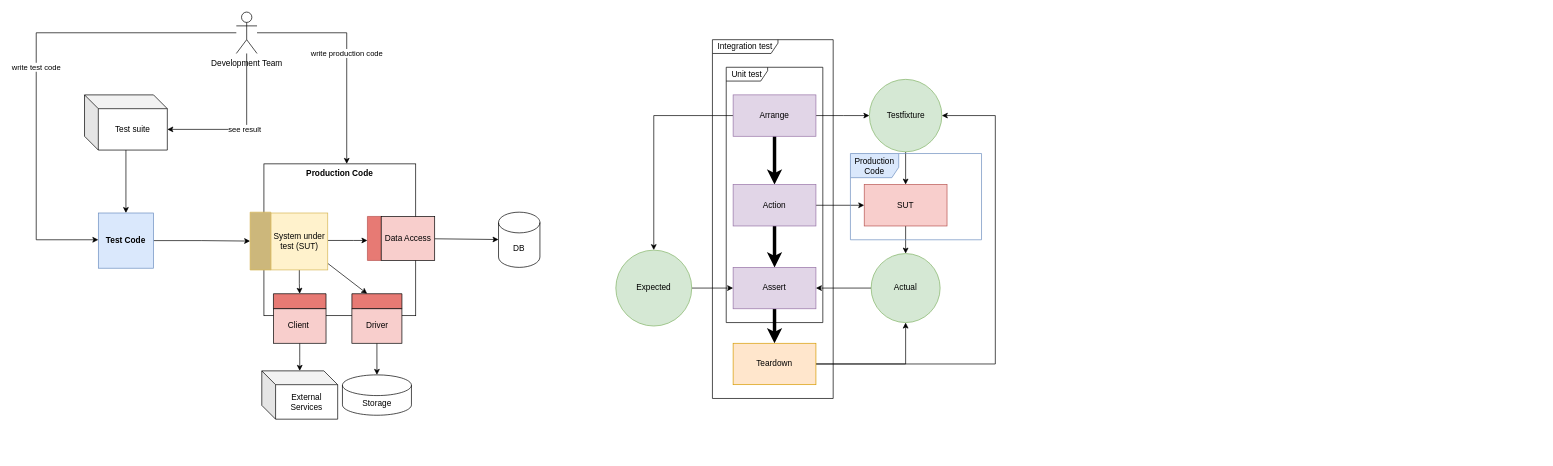
Earlier version of the draw.io diagram unit tests.drawio (chavp/data-modeling). Source tidied: cells renumbered, new cells numbered last; positions are measured from the earlier drawing's top-left corner, leaving out a move shared by most shapes. Both pictures are drawn from the tidied source at 69%, with x=0, y=0 at pixel (36, 12).
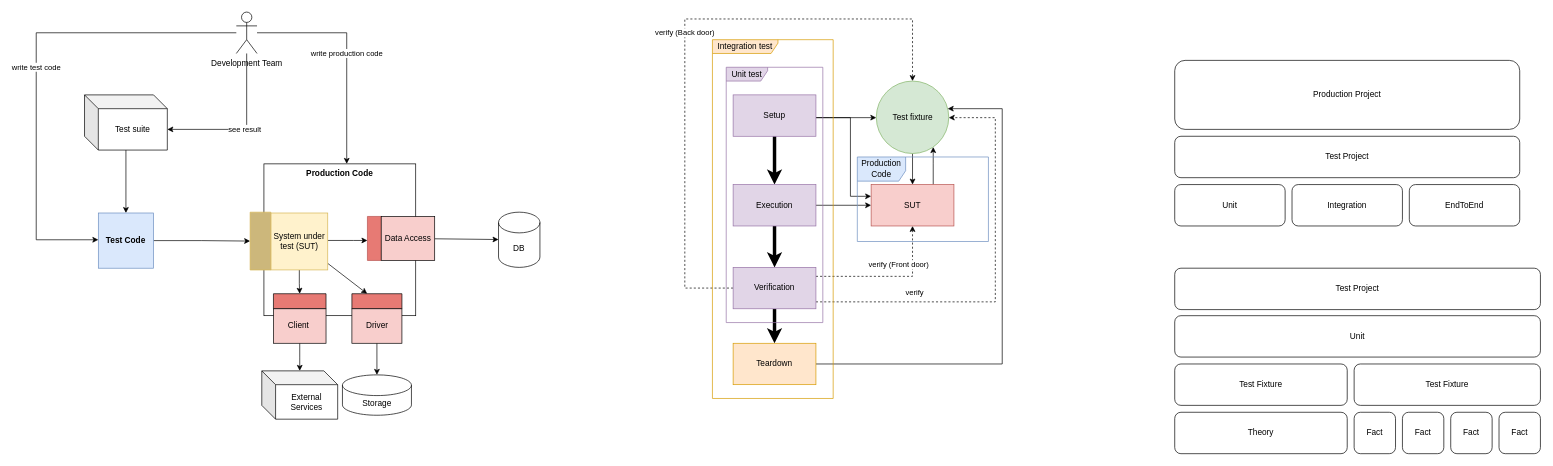
Above is the later version.

The change refers to these unchanged cells:
```xml
<mxCell id="47" value="Teardown" style="rounded=0;whiteSpace=wrap;html=1;fillColor=#ffe6cc;strokeColor=#d79b00;" parent="1" vertex="1">
  <mxGeometry x="1010" y="480" width="120" height="60" as="geometry" />
</mxCell>
```

Change to the diagram source:
```diff
@@
     <mxCell id="28" style="edgeStyle=orthogonalEdgeStyle;rounded=0;jettySize=auto;html=1;" parent="1" edge="1" source="31" target="40">
       <mxGeometry relative="1" as="geometry">
         <Array as="points">
-          <mxPoint x="1170" y="150" />
-          <mxPoint x="1170" y="150" />
+          <mxPoint x="1150" y="153" />
+          <mxPoint x="1150" y="153" />
         </Array>
       </mxGeometry>
     </mxCell>
-    <mxCell id="29" style="edgeStyle=orthogonalEdgeStyle;rounded=0;jettySize=auto;html=1;" parent="1" edge="1" source="31" target="44">
-      <mxGeometry relative="1" as="geometry">
-        <Array as="points">
-          <mxPoint x="980" y="150" />
-          <mxPoint x="980" y="150" />
-        </Array>
-      </mxGeometry>
-    </mxCell>
@@
+    <mxCell id="51" style="edgeStyle=orthogonalEdgeStyle;rounded=0;jettySize=auto;html=1;" parent="1" edge="1" source="31" target="38">
+      <mxGeometry relative="1" as="geometry">
+        <Array as="points">
+          <mxPoint x="1180" y="153" />
+          <mxPoint x="1180" y="267" />
+        </Array>
+      </mxGeometry>
+    </mxCell>
-    <mxCell id="31" value="Arrange" style="rounded=0;whiteSpace=wrap;html=1;fillColor=#e1d5e7;strokeColor=#9673a6;" parent="1" vertex="1">
+    <mxCell id="31" value="Setup" style="rounded=0;whiteSpace=wrap;html=1;fillColor=#e1d5e7;strokeColor=#9673a6;" parent="1" vertex="1">
       <mxGeometry x="1010" y="120" width="120" height="60" as="geometry" />
     </mxCell>
     <mxCell id="32" style="edgeStyle=orthogonalEdgeStyle;rounded=0;jettySize=auto;html=1;" parent="1" edge="1" source="34" target="38">
-      <mxGeometry relative="1" as="geometry" />
+      <mxGeometry relative="1" as="geometry">
+        <Array as="points">
+          <mxPoint x="1190" y="280" />
+          <mxPoint x="1190" y="280" />
+        </Array>
+      </mxGeometry>
     </mxCell>
@@
-    <mxCell id="34" value="Action" style="rounded=0;whiteSpace=wrap;html=1;fillColor=#e1d5e7;strokeColor=#9673a6;" parent="1" vertex="1">
+    <mxCell id="34" value="Execution" style="rounded=0;whiteSpace=wrap;html=1;fillColor=#e1d5e7;strokeColor=#9673a6;" parent="1" vertex="1">
       <mxGeometry x="1010" y="250" width="120" height="60" as="geometry" />
     </mxCell>
@@
+    <mxCell id="52" value="verify" style="edgeStyle=orthogonalEdgeStyle;rounded=0;jettySize=auto;html=1;dashed=1;" parent="1" edge="1" source="36" target="40">
+      <mxGeometry x="-0.52" y="13" relative="1" as="geometry">
+        <Array as="points">
+          <mxPoint x="1390" y="420" />
+          <mxPoint x="1390" y="153" />
+        </Array>
+      </mxGeometry>
+    </mxCell>
+    <mxCell id="53" value="verify (Back door)" style="edgeStyle=orthogonalEdgeStyle;rounded=0;jettySize=auto;html=1;dashed=1;" parent="1" edge="1" source="36" target="40">
+      <mxGeometry relative="1" as="geometry">
+        <Array as="points">
+          <mxPoint x="940" y="400" />
+          <mxPoint x="940" y="10" />
+          <mxPoint x="1270" y="10" />
+        </Array>
+      </mxGeometry>
+    </mxCell>
+    <mxCell id="54" value="verify (Front door)" style="edgeStyle=orthogonalEdgeStyle;rounded=0;jettySize=auto;html=1;dashed=1;" parent="1" edge="1" source="36" target="38">
+      <mxGeometry x="0.47" y="20" relative="1" as="geometry">
+        <Array as="points">
+          <mxPoint x="1270" y="383" />
+        </Array>
+      </mxGeometry>
+    </mxCell>
-    <mxCell id="36" value="Assert" style="rounded=0;whiteSpace=wrap;html=1;fillColor=#e1d5e7;strokeColor=#9673a6;" parent="1" vertex="1">
+    <mxCell id="36" value="Verification" style="rounded=0;whiteSpace=wrap;html=1;fillColor=#e1d5e7;strokeColor=#9673a6;" parent="1" vertex="1">
       <mxGeometry x="1010" y="370" width="120" height="60" as="geometry" />
     </mxCell>
-    <mxCell id="37" style="edgeStyle=orthogonalEdgeStyle;rounded=0;jettySize=auto;html=1;" parent="1" edge="1" source="38" target="42">
-      <mxGeometry relative="1" as="geometry" />
-    </mxCell>
+    <mxCell id="55" style="edgeStyle=orthogonalEdgeStyle;rounded=0;jettySize=auto;html=1;exitX=0.75;exitY=0;exitDx=0;exitDy=0;" parent="1" edge="1" source="38" target="40">
+      <mxGeometry relative="1" as="geometry">
+        <Array as="points">
+          <mxPoint x="1300" y="220" />
+          <mxPoint x="1300" y="220" />
+        </Array>
+      </mxGeometry>
+    </mxCell>
     <mxCell id="38" value="SUT" style="rounded=0;whiteSpace=wrap;html=1;fillColor=#f8cecc;strokeColor=#b85450;" parent="1" vertex="1">
-      <mxGeometry x="1200" y="250" width="120" height="60" as="geometry" />
+      <mxGeometry x="1210" y="250" width="120" height="60" as="geometry" />
     </mxCell>
@@
-    <mxCell id="40" value="Testfixture" style="ellipse;whiteSpace=wrap;html=1;fillColor=#d5e8d4;strokeColor=#82b366;" parent="1" vertex="1">
-      <mxGeometry x="1207.5" y="97.5" width="105" height="105" as="geometry" />
+    <mxCell id="40" value="Test fixture" style="ellipse;whiteSpace=wrap;html=1;fillColor=#d5e8d4;strokeColor=#82b366;" parent="1" vertex="1">
+      <mxGeometry x="1217.5" y="100" width="105" height="105" as="geometry" />
     </mxCell>
-    <mxCell id="41" style="edgeStyle=orthogonalEdgeStyle;rounded=0;jettySize=auto;html=1;" parent="1" edge="1" source="42" target="36">
-      <mxGeometry relative="1" as="geometry">
-        <Array as="points">
-          <mxPoint x="1070" y="420" />
-        </Array>
-      </mxGeometry>
-    </mxCell>
-    <mxCell id="42" value="Actual" style="ellipse;whiteSpace=wrap;html=1;fillColor=#d5e8d4;strokeColor=#82b366;" parent="1" vertex="1">
-      <mxGeometry x="1210" y="350" width="100" height="100" as="geometry" />
-    </mxCell>
-    <mxCell id="43" style="edgeStyle=orthogonalEdgeStyle;rounded=0;jettySize=auto;html=1;" parent="1" edge="1" source="44" target="36">
-      <mxGeometry relative="1" as="geometry">
-        <Array as="points">
-          <mxPoint x="890" y="410" />
-        </Array>
-      </mxGeometry>
-    </mxCell>
-    <mxCell id="44" value="Expected" style="ellipse;whiteSpace=wrap;html=1;fillColor=#d5e8d4;strokeColor=#82b366;" parent="1" vertex="1">
-      <mxGeometry x="840" y="345" width="110" height="110" as="geometry" />
-    </mxCell>
     <mxCell id="45" style="edgeStyle=orthogonalEdgeStyle;rounded=0;jettySize=auto;html=1;" parent="1" edge="1" source="47" target="40">
       <mxGeometry relative="1" as="geometry">
         <Array as="points">
-          <mxPoint x="1390" y="510" />
-          <mxPoint x="1390" y="150" />
+          <mxPoint x="1400" y="510" />
+          <mxPoint x="1400" y="140" />
         </Array>
       </mxGeometry>
     </mxCell>
-    <mxCell id="46" style="edgeStyle=orthogonalEdgeStyle;rounded=0;jettySize=auto;html=1;" parent="1" edge="1" source="47" target="42">
-      <mxGeometry relative="1" as="geometry" />
-    </mxCell>
@@
-    <mxCell id="48" value="Integration test" style="shape=umlFrame;whiteSpace=wrap;html=1;width=95;height=20;" parent="1" vertex="1">
+    <mxCell id="48" value="Integration test" style="shape=umlFrame;whiteSpace=wrap;html=1;width=95;height=20;fillColor=#ffe6cc;strokeColor=#d79b00;" parent="1" vertex="1">
       <mxGeometry x="980" y="40" width="175" height="520" as="geometry" />
     </mxCell>
-    <mxCell id="49" value="Unit test" style="shape=umlFrame;whiteSpace=wrap;html=1;width=60;height=20;" parent="1" vertex="1">
+    <mxCell id="49" value="Unit test" style="shape=umlFrame;whiteSpace=wrap;html=1;width=60;height=20;fillColor=#e1d5e7;strokeColor=#9673a6;" parent="1" vertex="1">
       <mxGeometry x="1000" y="80" width="140" height="370" as="geometry" />
     </mxCell>
     <mxCell id="50" value="Production Code" style="shape=umlFrame;whiteSpace=wrap;html=1;width=70;height=35;fillColor=#dae8fc;strokeColor=#6c8ebf;" parent="1" vertex="1">
-      <mxGeometry x="1180" y="205" width="190" height="125" as="geometry" />
+      <mxGeometry x="1190" y="210" width="190" height="122.5" as="geometry" />
     </mxCell>
+    <mxCell id="56" value="Production Project" style="rounded=1;whiteSpace=wrap;html=1;" parent="1" vertex="1">
+      <mxGeometry x="1650" y="70" width="500" height="100" as="geometry" />
+    </mxCell>
+    <mxCell id="57" value="Test Project" style="rounded=1;whiteSpace=wrap;html=1;" parent="1" vertex="1">
+      <mxGeometry x="1650" y="180" width="500" height="60" as="geometry" />
+    </mxCell>
+    <mxCell id="58" value="Unit" style="rounded=1;whiteSpace=wrap;html=1;" parent="1" vertex="1">
+      <mxGeometry x="1650" y="440" width="530" height="60" as="geometry" />
+    </mxCell>
+    <mxCell id="59" value="Integration" style="rounded=1;whiteSpace=wrap;html=1;" parent="1" vertex="1">
+      <mxGeometry x="1820" y="250" width="160" height="60" as="geometry" />
+    </mxCell>
+    <mxCell id="60" value="EndToEnd" style="rounded=1;whiteSpace=wrap;html=1;" parent="1" vertex="1">
+      <mxGeometry x="1990" y="250" width="160" height="60" as="geometry" />
+    </mxCell>
+    <mxCell id="61" value="Test Project" style="rounded=1;whiteSpace=wrap;html=1;" parent="1" vertex="1">
+      <mxGeometry x="1650" y="371.2" width="530" height="60" as="geometry" />
+    </mxCell>
+    <mxCell id="62" value="Test Fixture" style="rounded=1;whiteSpace=wrap;html=1;" parent="1" vertex="1">
+      <mxGeometry x="1650" y="510" width="250" height="60" as="geometry" />
+    </mxCell>
+    <mxCell id="63" value="Test Fixture" style="rounded=1;whiteSpace=wrap;html=1;" parent="1" vertex="1">
+      <mxGeometry x="1910" y="510" width="270" height="60" as="geometry" />
+    </mxCell>
+    <mxCell id="64" value="Theory" style="rounded=1;whiteSpace=wrap;html=1;" parent="1" vertex="1">
+      <mxGeometry x="1650" y="580" width="250" height="60" as="geometry" />
+    </mxCell>
+    <mxCell id="65" value="Fact" style="rounded=1;whiteSpace=wrap;html=1;" parent="1" vertex="1">
+      <mxGeometry x="1910" y="580" width="60" height="60" as="geometry" />
+    </mxCell>
+    <mxCell id="66" value="Fact" style="rounded=1;whiteSpace=wrap;html=1;" parent="1" vertex="1">
+      <mxGeometry x="1980" y="580" width="60" height="60" as="geometry" />
+    </mxCell>
+    <mxCell id="67" value="Fact" style="rounded=1;whiteSpace=wrap;html=1;" parent="1" vertex="1">
+      <mxGeometry x="2050" y="580" width="60" height="60" as="geometry" />
+    </mxCell>
+    <mxCell id="68" value="Fact" style="rounded=1;whiteSpace=wrap;html=1;" parent="1" vertex="1">
+      <mxGeometry x="2120" y="580" width="60" height="60" as="geometry" />
+    </mxCell>
+    <mxCell id="69" value="Unit" style="rounded=1;whiteSpace=wrap;html=1;" parent="1" vertex="1">
+      <mxGeometry x="1650" y="250" width="160" height="60" as="geometry" />
+    </mxCell>
```
